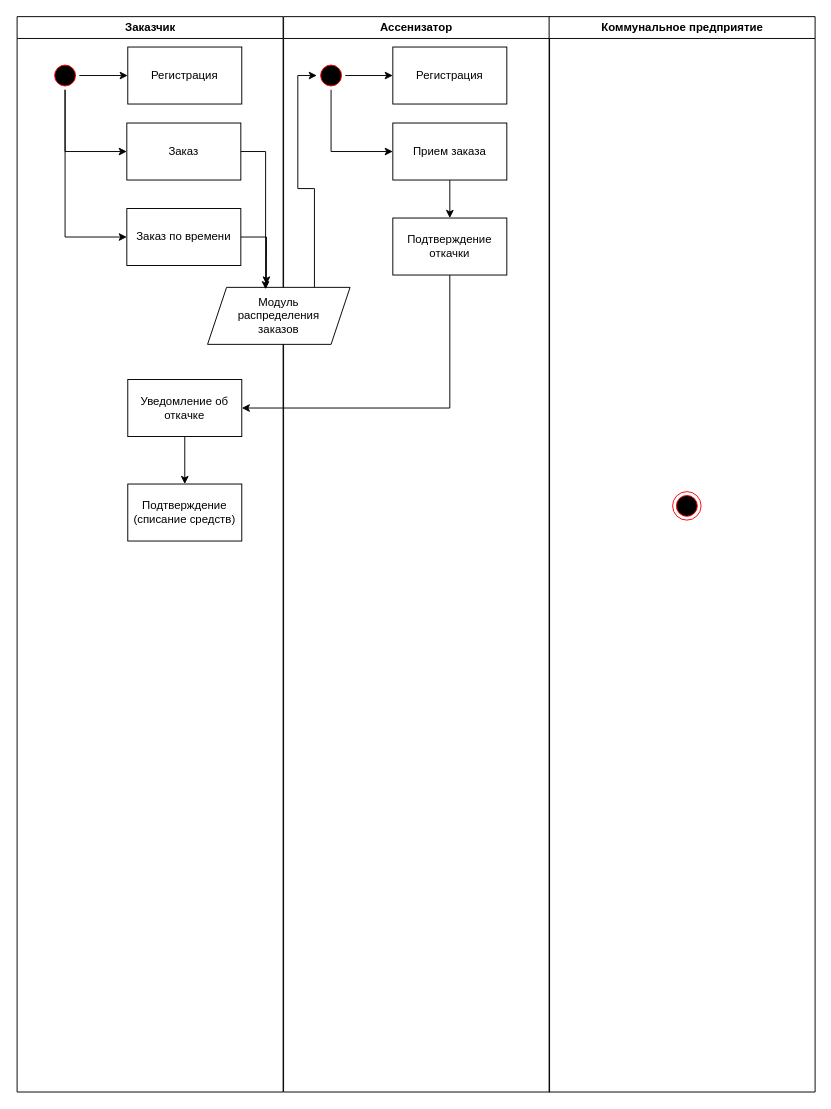
Before: Диаграмма без названия.drawio in kaznt81/SeptiCar, a draw.io diagram. Source tidied: cells renumbered, new cells numbered last; positions are measured from the earlier drawing's top-left corner, leaving out a move shared by most shapes. Both pictures are drawn from the tidied source at 95%, with x=0, y=0 at pixel (16, 16).
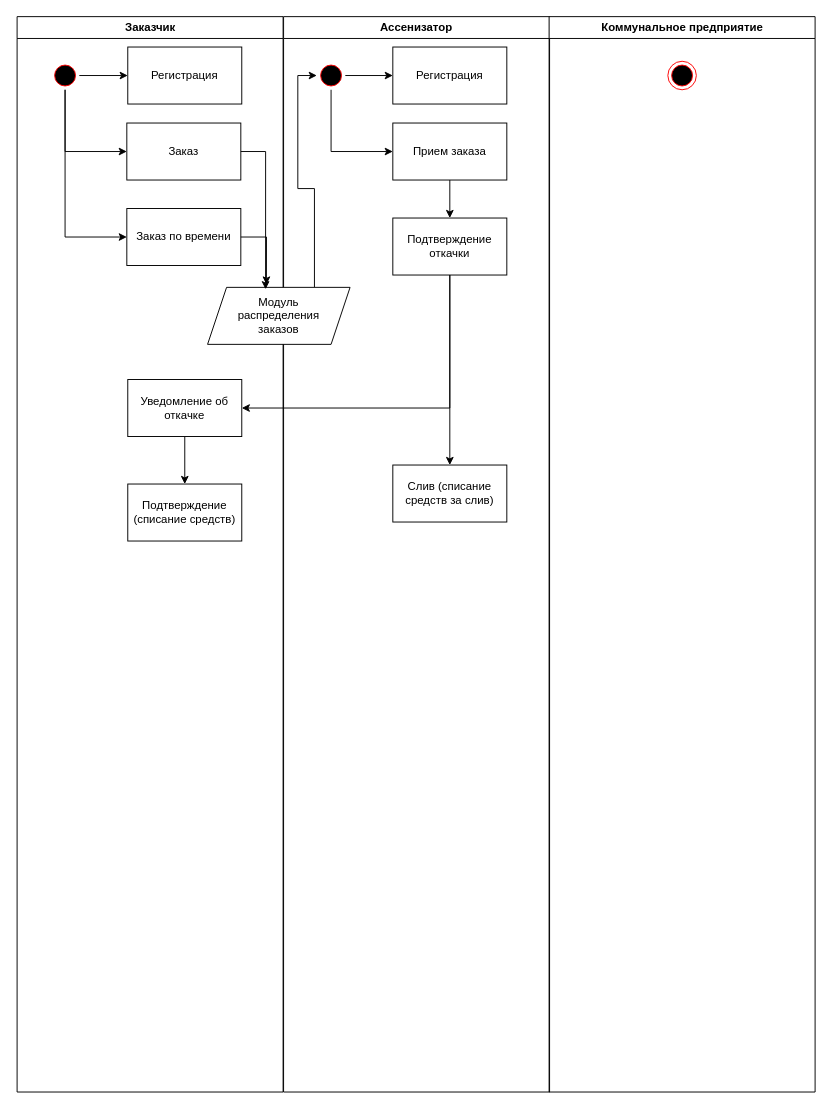
Above is the later version.

The change refers to these unchanged cells:
```xml
<mxCell id="13" value="Ассенизатор" style="swimlane;whiteSpace=wrap;startSize=23;" parent="1" vertex="1">
  <mxGeometry x="281" width="280" height="1132" as="geometry" />
</mxCell>
<mxCell id="22" value="Подтверждение&lt;br&gt;откачки" style="rounded=0;whiteSpace=wrap;html=1;" parent="13" vertex="1">
  <mxGeometry x="115" y="212" width="120" height="60" as="geometry" />
</mxCell>
<mxCell id="23" value="Коммунальное предприятие" style="swimlane;whiteSpace=wrap;" parent="1" vertex="1">
  <mxGeometry x="560.5" width="280" height="1132" as="geometry" />
</mxCell>
```

Diff of the diagram source:
```diff
@@
+    <mxCell id="28" style="edgeStyle=orthogonalEdgeStyle;rounded=0;jettySize=auto;html=1;entryX=0.5;entryY=0;entryDx=0;entryDy=0;" parent="13" edge="1" source="22" target="29">
+      <mxGeometry relative="1" as="geometry" />
+    </mxCell>
@@
+    <mxCell id="29" value="Слив (списание средств за слив)" style="rounded=0;whiteSpace=wrap;html=1;" parent="13" vertex="1">
+      <mxGeometry x="115" y="472" width="120" height="60" as="geometry" />
+    </mxCell>
@@
     <mxCell id="24" style="ellipse;shape=endState;fillColor=#000000;strokeColor=#ff0000;" parent="23" vertex="1">
-      <mxGeometry x="130" y="500" width="30" height="30" as="geometry" />
+      <mxGeometry x="125" y="47" width="30" height="30" as="geometry" />
     </mxCell>
```
